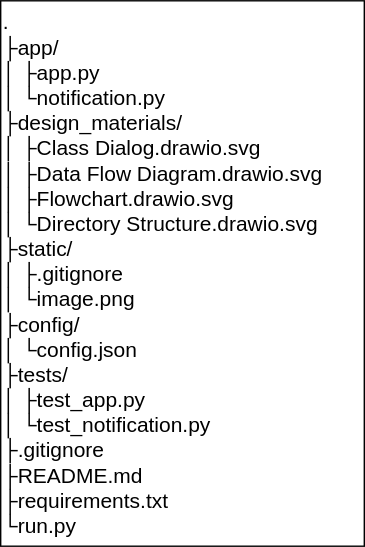
yutah-kojima/image-processing keeps this draw.io diagram as design_materials/Directory Structure.drawio.svg. Above is the earlier version. Source tidied: cells renumbered, new cells last; positions are measured from the earlier drawing's top-left corner, leaving out a move shared by most shapes.
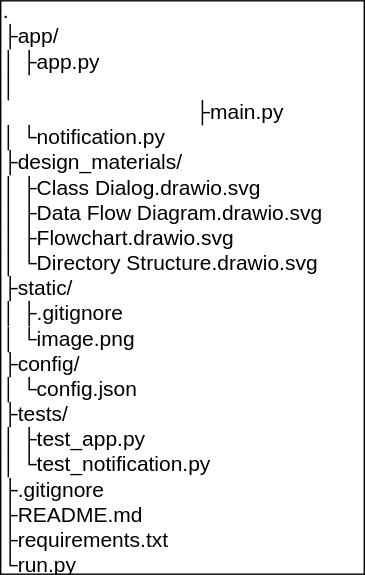
The same file after the commit.

The edit, as a diff of the source:
```diff
@@ -2,8 +2,8 @@
   <root>
     <mxCell id="0" />
     <mxCell id="1" parent="0" />
-    <mxCell id="2" value=".&lt;br style=&quot;font-size: 15px&quot;&gt;├app/&lt;br style=&quot;font-size: 15px&quot;&gt;│&lt;span style=&quot;font-size: 15px&quot;&gt;&#9;&lt;/span&gt;├app.py&lt;br style=&quot;font-size: 15px&quot;&gt;│&lt;span style=&quot;font-size: 15px&quot;&gt;&#9;&lt;/span&gt;└notification.py&lt;br style=&quot;font-size: 15px&quot;&gt;├design_materials/&lt;br style=&quot;font-size: 15px&quot;&gt;│&lt;span style=&quot;font-size: 15px&quot;&gt;&#9;&lt;/span&gt;├Class Dialog.drawio.svg&lt;br style=&quot;font-size: 15px&quot;&gt;│&lt;span style=&quot;font-size: 15px&quot;&gt;&#9;&lt;/span&gt;├Data Flow Diagram.drawio.svg&lt;br style=&quot;font-size: 15px&quot;&gt;│&lt;span style=&quot;font-size: 15px&quot;&gt;&#9;&lt;/span&gt;├Flowchart.drawio.svg&lt;br style=&quot;font-size: 15px&quot;&gt;│&lt;span style=&quot;font-size: 15px&quot;&gt;&#9;&lt;/span&gt;└Directory Structure.drawio.svg&lt;br style=&quot;font-size: 15px&quot;&gt;├static/&lt;br style=&quot;font-size: 15px&quot;&gt;│&lt;span style=&quot;font-size: 15px&quot;&gt;&#9;&lt;/span&gt;├.gitignore&lt;br style=&quot;font-size: 15px&quot;&gt;│&lt;span style=&quot;font-size: 15px&quot;&gt;&#9;&lt;/span&gt;└image.png&lt;br style=&quot;font-size: 15px&quot;&gt;├config/&lt;br style=&quot;font-size: 15px&quot;&gt;│&lt;span style=&quot;font-size: 15px&quot;&gt;&#9;&lt;/span&gt;└config.json&lt;br style=&quot;font-size: 15px&quot;&gt;├tests/&lt;br style=&quot;font-size: 15px&quot;&gt;│&lt;span style=&quot;font-size: 15px&quot;&gt;&#9;&lt;/span&gt;├test_app.py&lt;br style=&quot;font-size: 15px&quot;&gt;│&lt;span style=&quot;font-size: 15px&quot;&gt;&#9;&lt;/span&gt;└test_notification.py&lt;br style=&quot;font-size: 15px&quot;&gt;├.gitignore&lt;br style=&quot;font-size: 15px&quot;&gt;├README.md&lt;br style=&quot;font-size: 15px&quot;&gt;├requirements.txt&lt;br style=&quot;font-size: 15px&quot;&gt;└run.py" style="text;html=1;align=left;verticalAlign=middle;strokeColor=default;fillColor=none;fontSize=15;rounded=0;fontStyle=0;horizontal=1;spacing=2;spacingRight=0;spacingBottom=0;" parent="1" vertex="1">
-      <mxGeometry width="260" height="390" as="geometry" />
+    <mxCell id="2" value=".&lt;br style=&quot;font-size: 15px&quot;&gt;├app/&lt;br style=&quot;font-size: 15px&quot;&gt;│&lt;span style=&quot;font-size: 15px&quot;&gt;&#9;&lt;/span&gt;├app.py&lt;br&gt;│&lt;span style=&quot;white-space: pre&quot;&gt;&#9;&lt;/span&gt;├main.py&lt;br style=&quot;font-size: 15px&quot;&gt;│&lt;span style=&quot;font-size: 15px&quot;&gt;&#9;&lt;/span&gt;└notification.py&lt;br style=&quot;font-size: 15px&quot;&gt;├design_materials/&lt;br style=&quot;font-size: 15px&quot;&gt;│&lt;span style=&quot;font-size: 15px&quot;&gt;&#9;&lt;/span&gt;├Class Dialog.drawio.svg&lt;br style=&quot;font-size: 15px&quot;&gt;│&lt;span style=&quot;font-size: 15px&quot;&gt;&#9;&lt;/span&gt;├Data Flow Diagram.drawio.svg&lt;br style=&quot;font-size: 15px&quot;&gt;│&lt;span style=&quot;font-size: 15px&quot;&gt;&#9;&lt;/span&gt;├Flowchart.drawio.svg&lt;br style=&quot;font-size: 15px&quot;&gt;│&lt;span style=&quot;font-size: 15px&quot;&gt;&#9;&lt;/span&gt;└Directory Structure.drawio.svg&lt;br style=&quot;font-size: 15px&quot;&gt;├static/&lt;br style=&quot;font-size: 15px&quot;&gt;│&lt;span style=&quot;font-size: 15px&quot;&gt;&#9;&lt;/span&gt;├.gitignore&lt;br style=&quot;font-size: 15px&quot;&gt;│&lt;span style=&quot;font-size: 15px&quot;&gt;&#9;&lt;/span&gt;└image.png&lt;br style=&quot;font-size: 15px&quot;&gt;├config/&lt;br style=&quot;font-size: 15px&quot;&gt;│&lt;span style=&quot;font-size: 15px&quot;&gt;&#9;&lt;/span&gt;└config.json&lt;br style=&quot;font-size: 15px&quot;&gt;├tests/&lt;br style=&quot;font-size: 15px&quot;&gt;│&lt;span style=&quot;font-size: 15px&quot;&gt;&#9;&lt;/span&gt;├test_app.py&lt;br style=&quot;font-size: 15px&quot;&gt;│&lt;span style=&quot;font-size: 15px&quot;&gt;&#9;&lt;/span&gt;└test_notification.py&lt;br style=&quot;font-size: 15px&quot;&gt;├.gitignore&lt;br style=&quot;font-size: 15px&quot;&gt;├README.md&lt;br style=&quot;font-size: 15px&quot;&gt;├requirements.txt&lt;br style=&quot;font-size: 15px&quot;&gt;└run.py" style="text;html=1;align=left;verticalAlign=middle;strokeColor=default;fillColor=none;fontSize=15;rounded=0;fontStyle=0;horizontal=1;spacing=2;spacingRight=0;spacingBottom=0;" parent="1" vertex="1">
+      <mxGeometry width="260" height="410" as="geometry" />
     </mxCell>
   </root>
 </mxGraphModel>
```
